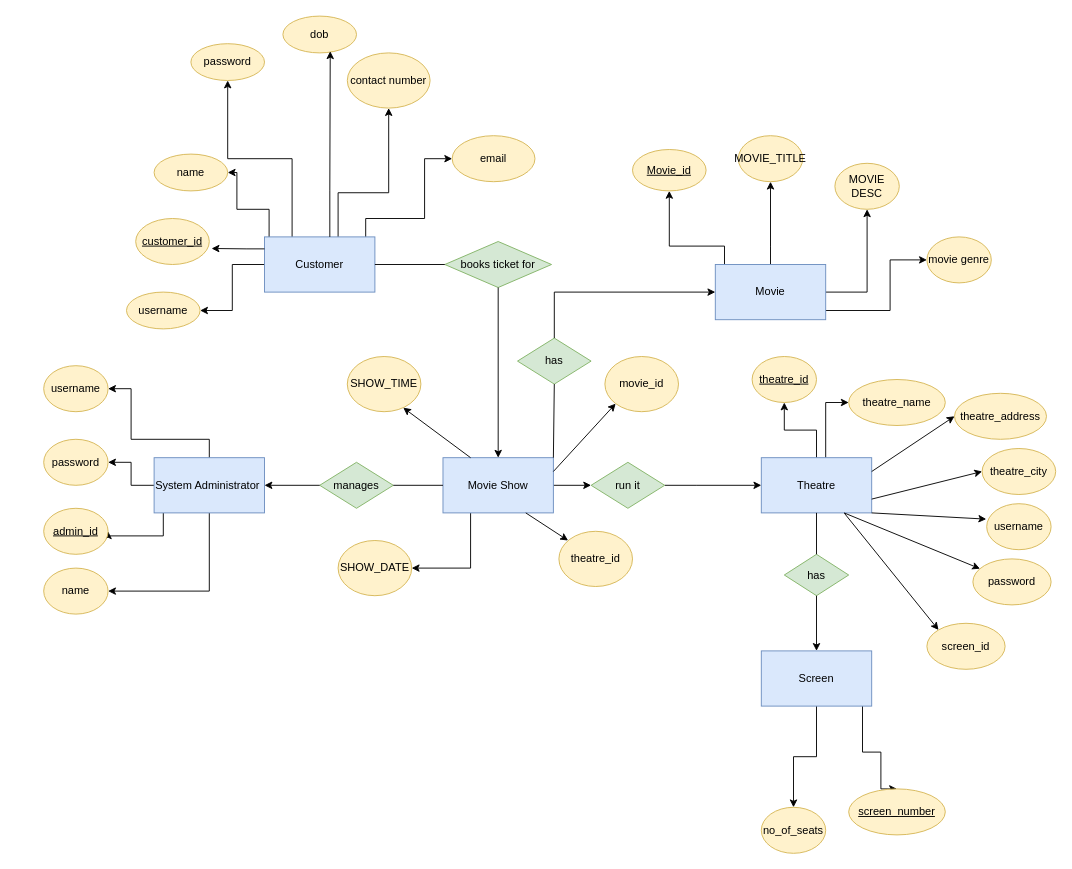
Before: page "Page-2" (2 of 2) of usecase diagram.drawio in abhihksd/MovieBookingWebsite, a draw.io diagram. Source tidied: cells renumbered, new cells numbered last; positions are measured from the earlier drawing's top-left corner, leaving out a move shared by most shapes. Both pictures are drawn from the tidied source at 92%, with x=0, y=0 at pixel (43, 16).
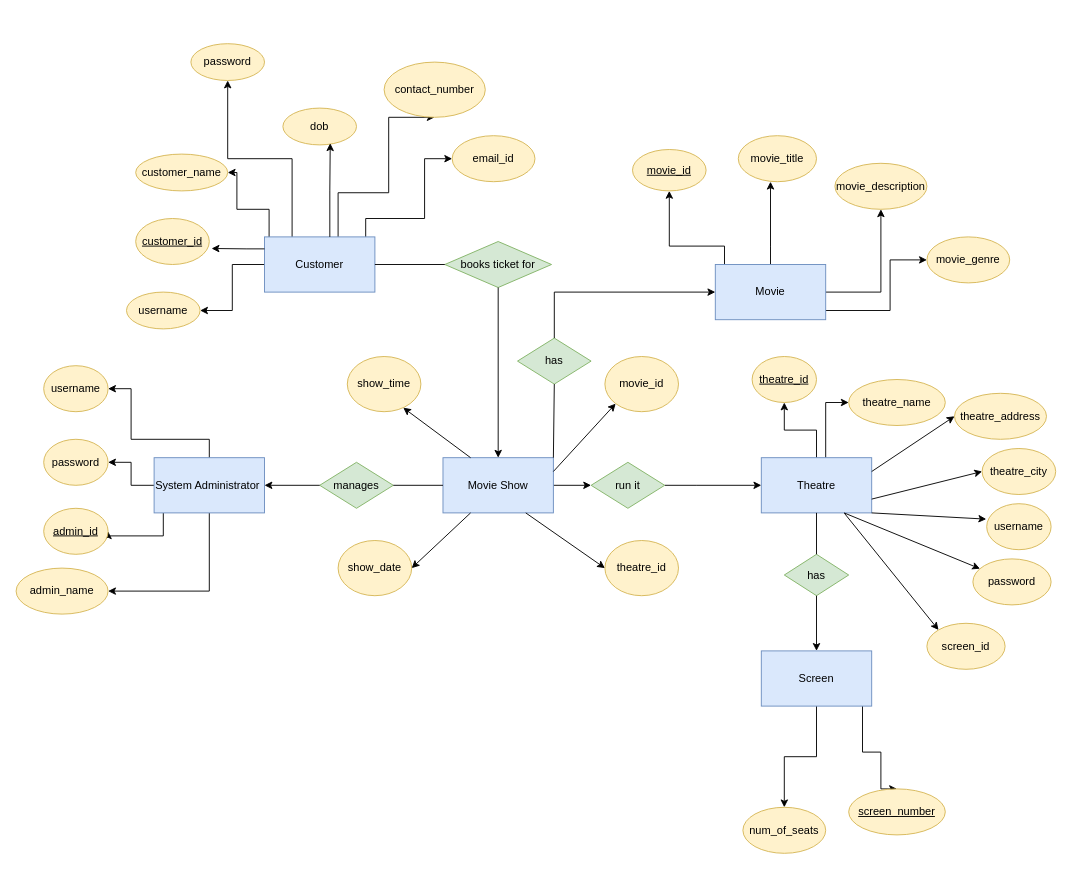
After the change.

The change refers to these unchanged cells:
```xml
<mxCell id="4" value="Movie Show" style="rounded=0;whiteSpace=wrap;html=1;fillColor=#dae8fc;strokeColor=#6c8ebf;" parent="1" vertex="1">
  <mxGeometry x="434" y="480" width="120" height="60" as="geometry" />
</mxCell>
```

The edit, as a diff of the source:
```diff
@@
-    <mxCell id="3" style="edgeStyle=orthogonalEdgeStyle;rounded=0;jettySize=auto;html=1;exitX=0.25;exitY=1;exitDx=0;exitDy=0;entryX=1;entryY=0.5;entryDx=0;entryDy=0;" parent="1" edge="1" source="4" target="61">
-      <mxGeometry relative="1" as="geometry" />
-    </mxCell>
@@
-    <mxCell id="43" value="name" style="ellipse;whiteSpace=wrap;html=1;fillColor=#fff2cc;strokeColor=#d6b656;" parent="1" vertex="1">
-      <mxGeometry x="120" y="150" width="80" height="40" as="geometry" />
+    <mxCell id="43" value="customer_name" style="ellipse;whiteSpace=wrap;html=1;fillColor=#fff2cc;strokeColor=#d6b656;" parent="1" vertex="1">
+      <mxGeometry x="100" y="150" width="100" height="40" as="geometry" />
     </mxCell>
     <mxCell id="44" value="dob" style="ellipse;whiteSpace=wrap;html=1;fillColor=#fff2cc;strokeColor=#d6b656;" parent="1" vertex="1">
-      <mxGeometry x="260" width="80" height="40" as="geometry" />
+      <mxGeometry x="260" y="100" width="80" height="40" as="geometry" />
     </mxCell>
-    <mxCell id="45" value="email" style="ellipse;whiteSpace=wrap;html=1;fillColor=#fff2cc;strokeColor=#d6b656;" parent="1" vertex="1">
+    <mxCell id="45" value="email_id" style="ellipse;whiteSpace=wrap;html=1;fillColor=#fff2cc;strokeColor=#d6b656;" parent="1" vertex="1">
       <mxGeometry x="444" y="130" width="90" height="50" as="geometry" />
     </mxCell>
-    <mxCell id="46" value="contact number" style="ellipse;whiteSpace=wrap;html=1;fillColor=#fff2cc;strokeColor=#d6b656;" parent="1" vertex="1">
-      <mxGeometry x="330" y="40" width="90" height="60" as="geometry" />
+    <mxCell id="46" value="contact_number" style="ellipse;whiteSpace=wrap;html=1;fillColor=#fff2cc;strokeColor=#d6b656;" parent="1" vertex="1">
+      <mxGeometry x="370" y="50" width="110" height="60" as="geometry" />
     </mxCell>
@@
-    <mxCell id="53" value="no_of_seats" style="ellipse;whiteSpace=wrap;html=1;fillColor=#fff2cc;strokeColor=#d6b656;" parent="1" vertex="1">
-      <mxGeometry x="780" y="860" width="70" height="50" as="geometry" />
+    <mxCell id="53" value="num_of_seats" style="ellipse;whiteSpace=wrap;html=1;fillColor=#fff2cc;strokeColor=#d6b656;" parent="1" vertex="1">
+      <mxGeometry x="760" y="860" width="90" height="50" as="geometry" />
     </mxCell>
@@
-    <mxCell id="57" value="&lt;u&gt;Movie_id&lt;/u&gt;" style="ellipse;whiteSpace=wrap;html=1;fillColor=#fff2cc;strokeColor=#d6b656;" parent="1" vertex="1">
+    <mxCell id="57" value="&lt;u&gt;movie_id&lt;/u&gt;" style="ellipse;whiteSpace=wrap;html=1;fillColor=#fff2cc;strokeColor=#d6b656;" parent="1" vertex="1">
       <mxGeometry x="640" y="145" width="80" height="45" as="geometry" />
     </mxCell>
-    <mxCell id="58" value="MOVIE DESC" style="ellipse;whiteSpace=wrap;html=1;fillColor=#fff2cc;strokeColor=#d6b656;" parent="1" vertex="1">
-      <mxGeometry x="860" y="160" width="70" height="50" as="geometry" />
+    <mxCell id="58" value="movie_description" style="ellipse;whiteSpace=wrap;html=1;fillColor=#fff2cc;strokeColor=#d6b656;" parent="1" vertex="1">
+      <mxGeometry x="860" y="160" width="100" height="50" as="geometry" />
     </mxCell>
     <mxCell id="59" value="theatre_id" style="ellipse;whiteSpace=wrap;html=1;fillColor=#fff2cc;strokeColor=#d6b656;" parent="1" vertex="1">
-      <mxGeometry x="560" y="560" width="80" height="60" as="geometry" />
+      <mxGeometry x="610" y="570" width="80" height="60" as="geometry" />
     </mxCell>
@@
-    <mxCell id="61" value="SHOW_DATE" style="ellipse;whiteSpace=wrap;html=1;fillColor=#fff2cc;strokeColor=#d6b656;" parent="1" vertex="1">
+    <mxCell id="61" value="show_date" style="ellipse;whiteSpace=wrap;html=1;fillColor=#fff2cc;strokeColor=#d6b656;" parent="1" vertex="1">
       <mxGeometry x="320" y="570" width="80" height="60" as="geometry" />
     </mxCell>
-    <mxCell id="62" value="SHOW_TIME" style="ellipse;whiteSpace=wrap;html=1;fillColor=#fff2cc;strokeColor=#d6b656;" parent="1" vertex="1">
+    <mxCell id="62" value="show_time" style="ellipse;whiteSpace=wrap;html=1;fillColor=#fff2cc;strokeColor=#d6b656;" parent="1" vertex="1">
       <mxGeometry x="330" y="370" width="80" height="60" as="geometry" />
     </mxCell>
@@
-    <mxCell id="66" value="MOVIE_TITLE" style="ellipse;whiteSpace=wrap;html=1;fillColor=#fff2cc;strokeColor=#d6b656;" parent="1" vertex="1">
-      <mxGeometry x="755" y="130" width="70" height="50" as="geometry" />
+    <mxCell id="66" value="movie_title" style="ellipse;whiteSpace=wrap;html=1;fillColor=#fff2cc;strokeColor=#d6b656;" parent="1" vertex="1">
+      <mxGeometry x="755" y="130" width="85" height="50" as="geometry" />
     </mxCell>
-    <mxCell id="67" value="movie genre" style="ellipse;whiteSpace=wrap;html=1;fillColor=#fff2cc;strokeColor=#d6b656;" parent="1" vertex="1">
-      <mxGeometry x="960" y="240" width="70" height="50" as="geometry" />
+    <mxCell id="67" value="movie_genre" style="ellipse;whiteSpace=wrap;html=1;fillColor=#fff2cc;strokeColor=#d6b656;" parent="1" vertex="1">
+      <mxGeometry x="960" y="240" width="90" height="50" as="geometry" />
     </mxCell>
@@
-    <mxCell id="70" value="name" style="ellipse;whiteSpace=wrap;html=1;fillColor=#fff2cc;strokeColor=#d6b656;" parent="1" vertex="1">
-      <mxGeometry y="600" width="70" height="50" as="geometry" />
+    <mxCell id="70" value="admin_name" style="ellipse;whiteSpace=wrap;html=1;fillColor=#fff2cc;strokeColor=#d6b656;" parent="1" vertex="1">
+      <mxGeometry x="-30" y="600" width="100" height="50" as="geometry" />
     </mxCell>
@@
-    <mxCell id="73" style="endArrow=classic;html=1;rounded=0;exitX=0.75;exitY=1;exitDx=0;exitDy=0;" parent="1" edge="1" source="4">
-      <mxGeometry relative="1" as="geometry">
-        <mxPoint x="570" y="570" as="targetPoint" />
-      </mxGeometry>
+    <mxCell id="73" style="endArrow=classic;html=1;rounded=0;exitX=0.75;exitY=1;exitDx=0;exitDy=0;entryX=0;entryY=0.5;entryDx=0;entryDy=0;" parent="1" edge="1" source="4" target="59">
+      <mxGeometry relative="1" as="geometry" />
     </mxCell>
@@
+    <mxCell id="3" style="endArrow=classic;html=1;rounded=0;entryX=1;entryY=0.5;entryDx=0;entryDy=0;exitX=0.25;exitY=1;exitDx=0;exitDy=0;" parent="1" edge="1" source="4" target="61">
+      <mxGeometry relative="1" as="geometry" />
+    </mxCell>
```
